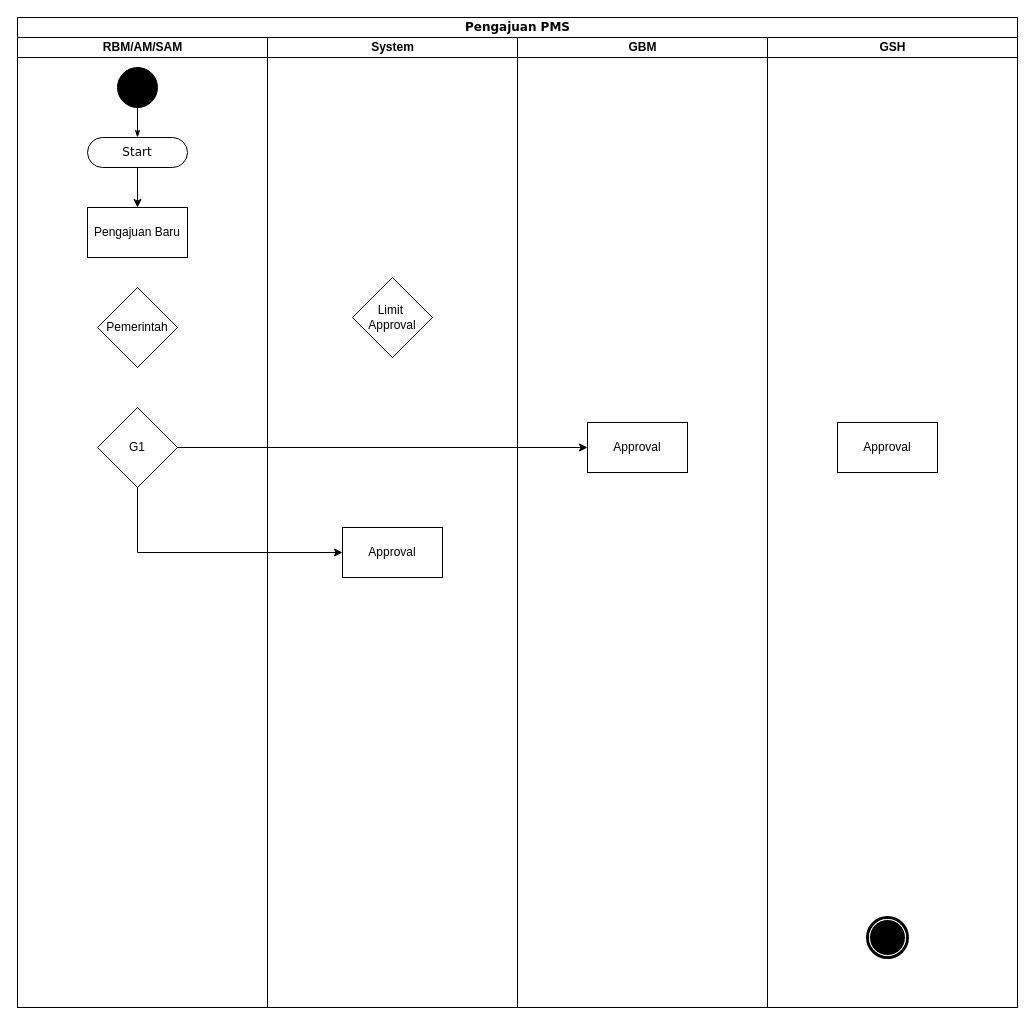
Earlier version of the draw.io diagram page "BP-Pengajuan" (2 of 4) of Sitemap-PieMeS.drawio (muhamadfarkhan/system-analyst). Source tidied: cells renumbered, new cells numbered last; positions are measured from the earlier drawing's top-left corner, leaving out a move shared by most shapes. Both pictures are drawn from the tidied source at 100%, with x=0, y=0 at pixel (17, 17).
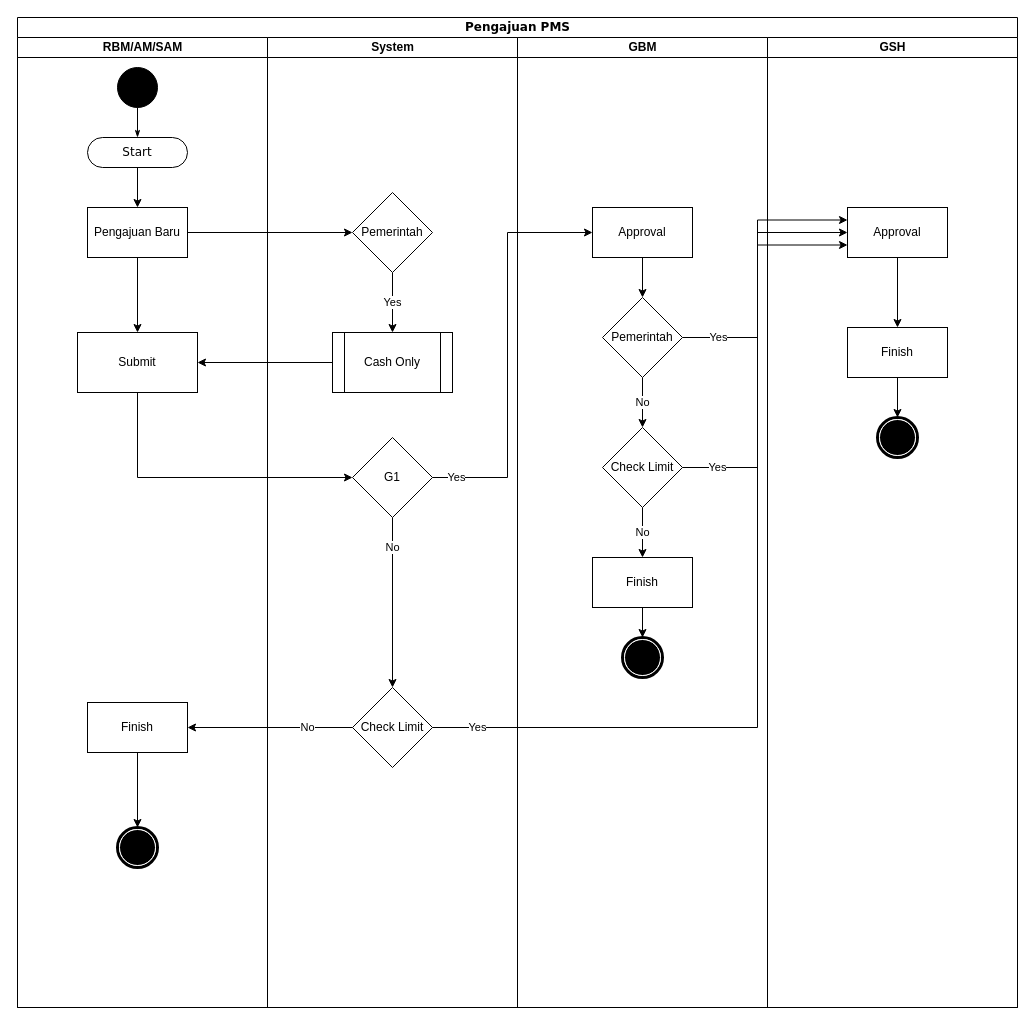
The same diagram, later.

Unchanged cells that the change refers to:
```xml
<mxCell id="2" value="Pengajuan PMS" style="swimlane;html=1;startSize=20;rounded=0;shadow=0;comic=0;labelBackgroundColor=none;strokeWidth=1;fontFamily=Verdana;fontSize=12;align=center;" parent="1" vertex="1">
  <mxGeometry width="1000" height="990" as="geometry" />
</mxCell>
<mxCell id="5" value="RBM/AM/SAM" style="swimlane;html=1;startSize=20;" parent="2" vertex="1">
  <mxGeometry y="20" width="250" height="970" as="geometry" />
</mxCell>
<mxCell id="10" value="Pengajuan Baru" style="html=1;dashed=0;whiteSpace=wrap;" parent="5" vertex="1">
  <mxGeometry x="70" y="170" width="100" height="50" as="geometry" />
</mxCell>
<mxCell id="18" value="GSH" style="swimlane;html=1;startSize=20;" parent="2" vertex="1">
  <mxGeometry x="750" y="20" width="250" height="970" as="geometry" />
</mxCell>
```

Change to the diagram source:
```diff
@@
-    <mxCell id="3" style="edgeStyle=orthogonalEdgeStyle;rounded=0;jettySize=auto;html=1;exitX=0.5;exitY=1;exitDx=0;exitDy=0;entryX=0;entryY=0.5;entryDx=0;entryDy=0;" parent="2" edge="1" source="11" target="14">
-      <mxGeometry relative="1" as="geometry" />
-    </mxCell>
-    <mxCell id="4" style="edgeStyle=orthogonalEdgeStyle;rounded=0;jettySize=auto;html=1;exitX=1;exitY=0.5;exitDx=0;exitDy=0;" parent="2" edge="1" source="11" target="17">
-      <mxGeometry relative="1" as="geometry" />
-    </mxCell>
@@
+    <mxCell id="21" style="edgeStyle=orthogonalEdgeStyle;rounded=0;jettySize=auto;html=1;" parent="5" edge="1" source="10" target="22">
+      <mxGeometry relative="1" as="geometry" />
+    </mxCell>
@@
+    <mxCell id="22" value="Submit" style="whiteSpace=wrap;html=1;dashed=0;" parent="5" vertex="1">
+      <mxGeometry x="60" y="295" width="120" height="60" as="geometry" />
+    </mxCell>
+    <mxCell id="23" value="Finish" style="html=1;dashed=0;whiteSpace=wrap;" parent="5" vertex="1">
+      <mxGeometry x="70" y="665" width="100" height="50" as="geometry" />
+    </mxCell>
+    <mxCell id="24" style="shape=mxgraph.bpmn.shape;html=1;verticalLabelPosition=bottom;labelBackgroundColor=#ffffff;verticalAlign=top;perimeter=ellipsePerimeter;outline=end;symbol=terminate;rounded=0;shadow=0;comic=0;strokeWidth=1;fontFamily=Verdana;fontSize=12;align=center;" parent="5" vertex="1">
+      <mxGeometry x="100" y="790" width="40" height="40" as="geometry" />
+    </mxCell>
+    <mxCell id="25" style="edgeStyle=orthogonalEdgeStyle;rounded=0;jettySize=auto;html=1;exitX=0.5;exitY=1;exitDx=0;exitDy=0;entryX=0.5;entryY=0;entryDx=0;entryDy=0;" parent="5" edge="1" source="23" target="24">
+      <mxGeometry relative="1" as="geometry" />
+    </mxCell>
+    <mxCell id="13" value="System" style="swimlane;html=1;startSize=20;" parent="2" vertex="1">
+      <mxGeometry x="250" y="20" width="250" height="970" as="geometry" />
+    </mxCell>
+    <mxCell id="26" value="Yes" style="edgeStyle=orthogonalEdgeStyle;rounded=0;jettySize=auto;html=1;exitX=0.5;exitY=1;exitDx=0;exitDy=0;entryX=0.5;entryY=0;entryDx=0;entryDy=0;" parent="13" edge="1" source="15" target="29">
+      <mxGeometry relative="1" as="geometry" />
+    </mxCell>
+    <mxCell id="15" value="Pemerintah" style="rhombus;whiteSpace=wrap;html=1;" parent="13" vertex="1">
+      <mxGeometry x="85" y="155" width="80" height="80" as="geometry" />
+    </mxCell>
+    <mxCell id="27" value="No" style="edgeStyle=orthogonalEdgeStyle;rounded=0;jettySize=auto;html=1;exitX=0.5;exitY=1;exitDx=0;exitDy=0;entryX=0.5;entryY=0;entryDx=0;entryDy=0;" parent="13" edge="1" source="11" target="28">
+      <mxGeometry x="-0.65" relative="1" as="geometry" />
+    </mxCell>
-    <mxCell id="11" value="G1" style="rhombus;whiteSpace=wrap;html=1;" parent="5" vertex="1">
-      <mxGeometry x="80" y="370" width="80" height="80" as="geometry" />
+    <mxCell id="11" value="G1" style="rhombus;whiteSpace=wrap;html=1;" parent="13" vertex="1">
+      <mxGeometry x="85" y="400" width="80" height="80" as="geometry" />
     </mxCell>
+    <mxCell id="28" value="Check Limit" style="rhombus;whiteSpace=wrap;html=1;" parent="13" vertex="1">
+      <mxGeometry x="85" y="650" width="80" height="80" as="geometry" />
+    </mxCell>
+    <mxCell id="29" value="Cash Only" style="shape=process;whiteSpace=wrap;html=1;backgroundOutline=1;" parent="13" vertex="1">
+      <mxGeometry x="65" y="295" width="120" height="60" as="geometry" />
+    </mxCell>
+    <mxCell id="30" value="Yes" style="edgeStyle=orthogonalEdgeStyle;rounded=0;jettySize=auto;html=1;exitX=1;exitY=0.5;exitDx=0;exitDy=0;entryX=0;entryY=0.25;entryDx=0;entryDy=0;" parent="2" edge="1" source="12" target="20">
+      <mxGeometry x="-0.75" relative="1" as="geometry">
+        <Array as="points">
+          <mxPoint x="740" y="320" />
+          <mxPoint x="740" y="203" />
+        </Array>
+        <mxPoint x="1" as="offset" />
+      </mxGeometry>
+    </mxCell>
+    <mxCell id="4" value="Yes" style="edgeStyle=orthogonalEdgeStyle;rounded=0;jettySize=auto;html=1;exitX=1;exitY=0.5;exitDx=0;exitDy=0;entryX=0;entryY=0.5;entryDx=0;entryDy=0;" parent="2" edge="1" source="11" target="17">
+      <mxGeometry x="-0.88" relative="1" as="geometry">
+        <Array as="points">
+          <mxPoint x="490" y="460" />
+          <mxPoint x="490" y="215" />
+        </Array>
+      </mxGeometry>
+    </mxCell>
+    <mxCell id="16" value="GBM" style="swimlane;html=1;startSize=20;" parent="2" vertex="1">
+      <mxGeometry x="500" y="20" width="250" height="970" as="geometry" />
+    </mxCell>
+    <mxCell id="31" style="edgeStyle=orthogonalEdgeStyle;rounded=0;jettySize=auto;html=1;exitX=0.5;exitY=1;exitDx=0;exitDy=0;" parent="16" edge="1" source="17" target="12">
+      <mxGeometry relative="1" as="geometry" />
+    </mxCell>
+    <mxCell id="17" value="Approval" style="html=1;dashed=0;whiteSpace=wrap;" parent="16" vertex="1">
+      <mxGeometry x="75" y="170" width="100" height="50" as="geometry" />
+    </mxCell>
+    <mxCell id="32" value="No" style="edgeStyle=orthogonalEdgeStyle;rounded=0;jettySize=auto;html=1;exitX=0.5;exitY=1;exitDx=0;exitDy=0;" parent="16" edge="1" source="12" target="34">
+      <mxGeometry relative="1" as="geometry" />
+    </mxCell>
-    <mxCell id="12" value="Pemerintah" style="rhombus;whiteSpace=wrap;html=1;" parent="5" vertex="1">
-      <mxGeometry x="80" y="250" width="80" height="80" as="geometry" />
+    <mxCell id="12" value="Pemerintah" style="rhombus;whiteSpace=wrap;html=1;" parent="16" vertex="1">
+      <mxGeometry x="85" y="260" width="80" height="80" as="geometry" />
     </mxCell>
-    <mxCell id="13" value="System" style="swimlane;html=1;startSize=20;" parent="2" vertex="1">
-      <mxGeometry x="250" y="20" width="250" height="970" as="geometry" />
-    </mxCell>
-    <mxCell id="14" value="Approval" style="html=1;dashed=0;whiteSpace=wrap;" parent="13" vertex="1">
-      <mxGeometry x="75" y="490" width="100" height="50" as="geometry" />
-    </mxCell>
-    <mxCell id="15" value="&lt;div&gt;Limit&amp;nbsp;&lt;/div&gt;&lt;div&gt;Approval&lt;/div&gt;" style="rhombus;whiteSpace=wrap;html=1;" parent="13" vertex="1">
-      <mxGeometry x="85" y="240" width="80" height="80" as="geometry" />
-    </mxCell>
-    <mxCell id="16" value="GBM" style="swimlane;html=1;startSize=20;" parent="2" vertex="1">
-      <mxGeometry x="500" y="20" width="250" height="970" as="geometry" />
-    </mxCell>
-    <mxCell id="17" value="Approval" style="html=1;dashed=0;whiteSpace=wrap;" parent="16" vertex="1">
-      <mxGeometry x="70" y="385" width="100" height="50" as="geometry" />
-    </mxCell>
+    <mxCell id="33" value="No" style="edgeStyle=orthogonalEdgeStyle;rounded=0;jettySize=auto;html=1;exitX=0.5;exitY=1;exitDx=0;exitDy=0;entryX=0.5;entryY=0;entryDx=0;entryDy=0;" parent="16" edge="1" source="34" target="36">
+      <mxGeometry relative="1" as="geometry" />
+    </mxCell>
+    <mxCell id="34" value="Check Limit" style="rhombus;whiteSpace=wrap;html=1;" parent="16" vertex="1">
+      <mxGeometry x="85" y="390" width="80" height="80" as="geometry" />
+    </mxCell>
+    <mxCell id="35" style="edgeStyle=orthogonalEdgeStyle;rounded=0;jettySize=auto;html=1;exitX=0.5;exitY=1;exitDx=0;exitDy=0;entryX=0.5;entryY=0;entryDx=0;entryDy=0;" parent="16" edge="1" source="36" target="37">
+      <mxGeometry relative="1" as="geometry" />
+    </mxCell>
+    <mxCell id="36" value="Finish" style="html=1;dashed=0;whiteSpace=wrap;" parent="16" vertex="1">
+      <mxGeometry x="75" y="520" width="100" height="50" as="geometry" />
+    </mxCell>
+    <mxCell id="37" style="shape=mxgraph.bpmn.shape;html=1;verticalLabelPosition=bottom;labelBackgroundColor=#ffffff;verticalAlign=top;perimeter=ellipsePerimeter;outline=end;symbol=terminate;rounded=0;shadow=0;comic=0;strokeWidth=1;fontFamily=Verdana;fontSize=12;align=center;" parent="16" vertex="1">
+      <mxGeometry x="105" y="600" width="40" height="40" as="geometry" />
+    </mxCell>
@@
     <mxCell id="19" style="shape=mxgraph.bpmn.shape;html=1;verticalLabelPosition=bottom;labelBackgroundColor=#ffffff;verticalAlign=top;perimeter=ellipsePerimeter;outline=end;symbol=terminate;rounded=0;shadow=0;comic=0;strokeWidth=1;fontFamily=Verdana;fontSize=12;align=center;" parent="18" vertex="1">
-      <mxGeometry x="100" y="880" width="40" height="40" as="geometry" />
+      <mxGeometry x="110" y="380" width="40" height="40" as="geometry" />
     </mxCell>
+    <mxCell id="38" style="edgeStyle=orthogonalEdgeStyle;rounded=0;jettySize=auto;html=1;exitX=0.5;exitY=1;exitDx=0;exitDy=0;" parent="18" edge="1" source="20" target="40">
+      <mxGeometry relative="1" as="geometry" />
+    </mxCell>
     <mxCell id="20" value="Approval" style="html=1;dashed=0;whiteSpace=wrap;" parent="18" vertex="1">
-      <mxGeometry x="70" y="385" width="100" height="50" as="geometry" />
+      <mxGeometry x="80" y="170" width="100" height="50" as="geometry" />
     </mxCell>
+    <mxCell id="39" style="edgeStyle=orthogonalEdgeStyle;rounded=0;jettySize=auto;html=1;exitX=0.5;exitY=1;exitDx=0;exitDy=0;entryX=0.5;entryY=0;entryDx=0;entryDy=0;" parent="18" edge="1" source="40" target="19">
+      <mxGeometry relative="1" as="geometry" />
+    </mxCell>
+    <mxCell id="40" value="Finish" style="html=1;dashed=0;whiteSpace=wrap;" parent="18" vertex="1">
+      <mxGeometry x="80" y="290" width="100" height="50" as="geometry" />
+    </mxCell>
+    <mxCell id="41" value="Yes" style="edgeStyle=orthogonalEdgeStyle;rounded=0;jettySize=auto;html=1;exitX=1;exitY=0.5;exitDx=0;exitDy=0;entryX=0;entryY=0.75;entryDx=0;entryDy=0;" parent="2" edge="1" source="28" target="20">
+      <mxGeometry x="-0.9" relative="1" as="geometry">
+        <Array as="points">
+          <mxPoint x="740" y="710" />
+          <mxPoint x="740" y="228" />
+        </Array>
+      </mxGeometry>
+    </mxCell>
+    <mxCell id="42" style="edgeStyle=orthogonalEdgeStyle;rounded=0;jettySize=auto;html=1;exitX=1;exitY=0.5;exitDx=0;exitDy=0;entryX=0;entryY=0.5;entryDx=0;entryDy=0;" parent="2" edge="1" source="10" target="15">
+      <mxGeometry relative="1" as="geometry" />
+    </mxCell>
+    <mxCell id="43" style="edgeStyle=orthogonalEdgeStyle;rounded=0;jettySize=auto;html=1;exitX=0.5;exitY=1;exitDx=0;exitDy=0;entryX=0;entryY=0.5;entryDx=0;entryDy=0;" parent="2" edge="1" source="22" target="11">
+      <mxGeometry relative="1" as="geometry" />
+    </mxCell>
+    <mxCell id="44" style="edgeStyle=orthogonalEdgeStyle;rounded=0;jettySize=auto;html=1;exitX=0;exitY=0.5;exitDx=0;exitDy=0;entryX=1;entryY=0.5;entryDx=0;entryDy=0;" parent="2" edge="1" source="29" target="22">
+      <mxGeometry relative="1" as="geometry" />
+    </mxCell>
+    <mxCell id="45" value="Yes" style="edgeStyle=orthogonalEdgeStyle;rounded=0;jettySize=auto;html=1;exitX=1;exitY=0.5;exitDx=0;exitDy=0;entryX=0;entryY=0.5;entryDx=0;entryDy=0;" parent="2" edge="1" source="34" target="20">
+      <mxGeometry x="-0.82" relative="1" as="geometry">
+        <Array as="points">
+          <mxPoint x="740" y="450" />
+          <mxPoint x="740" y="215" />
+        </Array>
+        <mxPoint x="-1" as="offset" />
+      </mxGeometry>
+    </mxCell>
+    <mxCell id="46" value="No" style="edgeStyle=orthogonalEdgeStyle;rounded=0;jettySize=auto;html=1;exitX=0;exitY=0.5;exitDx=0;exitDy=0;" parent="2" edge="1" source="28" target="23">
+      <mxGeometry x="-0.45" relative="1" as="geometry" />
+    </mxCell>
```
